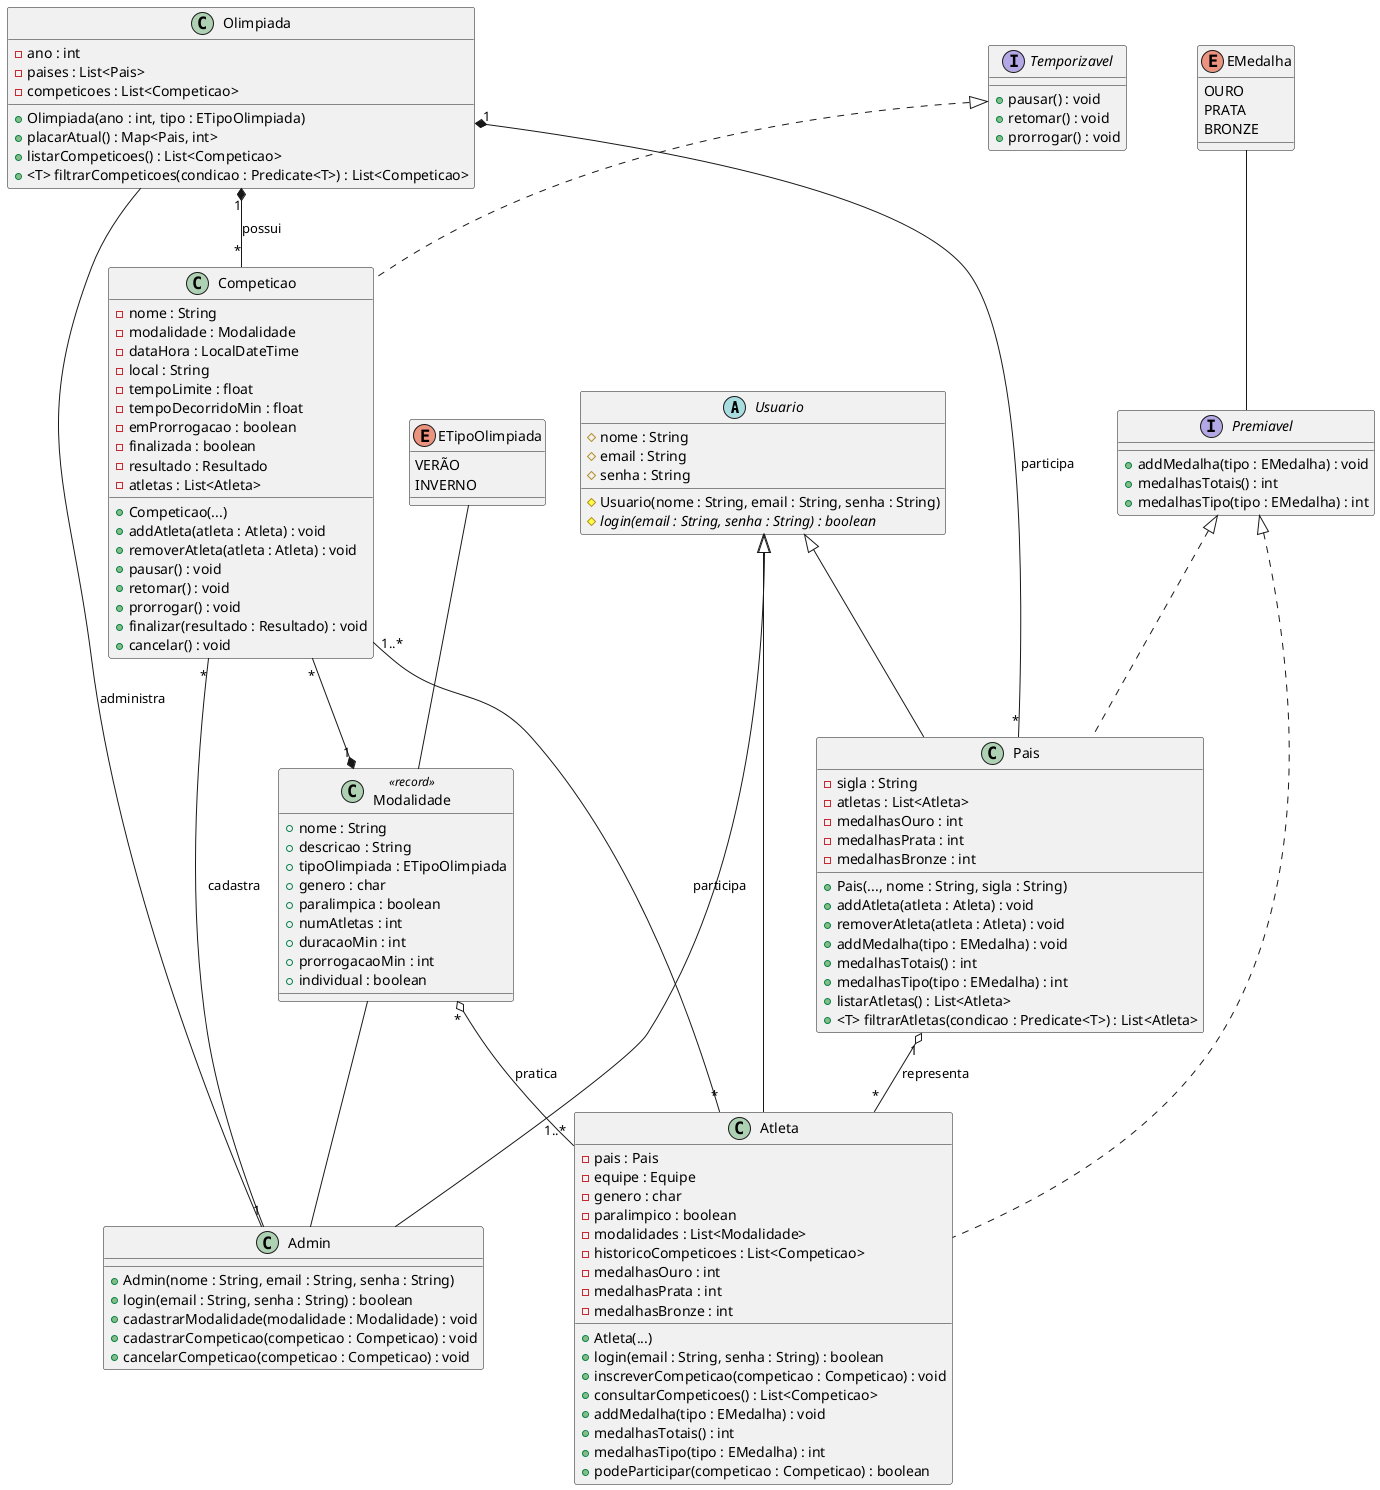
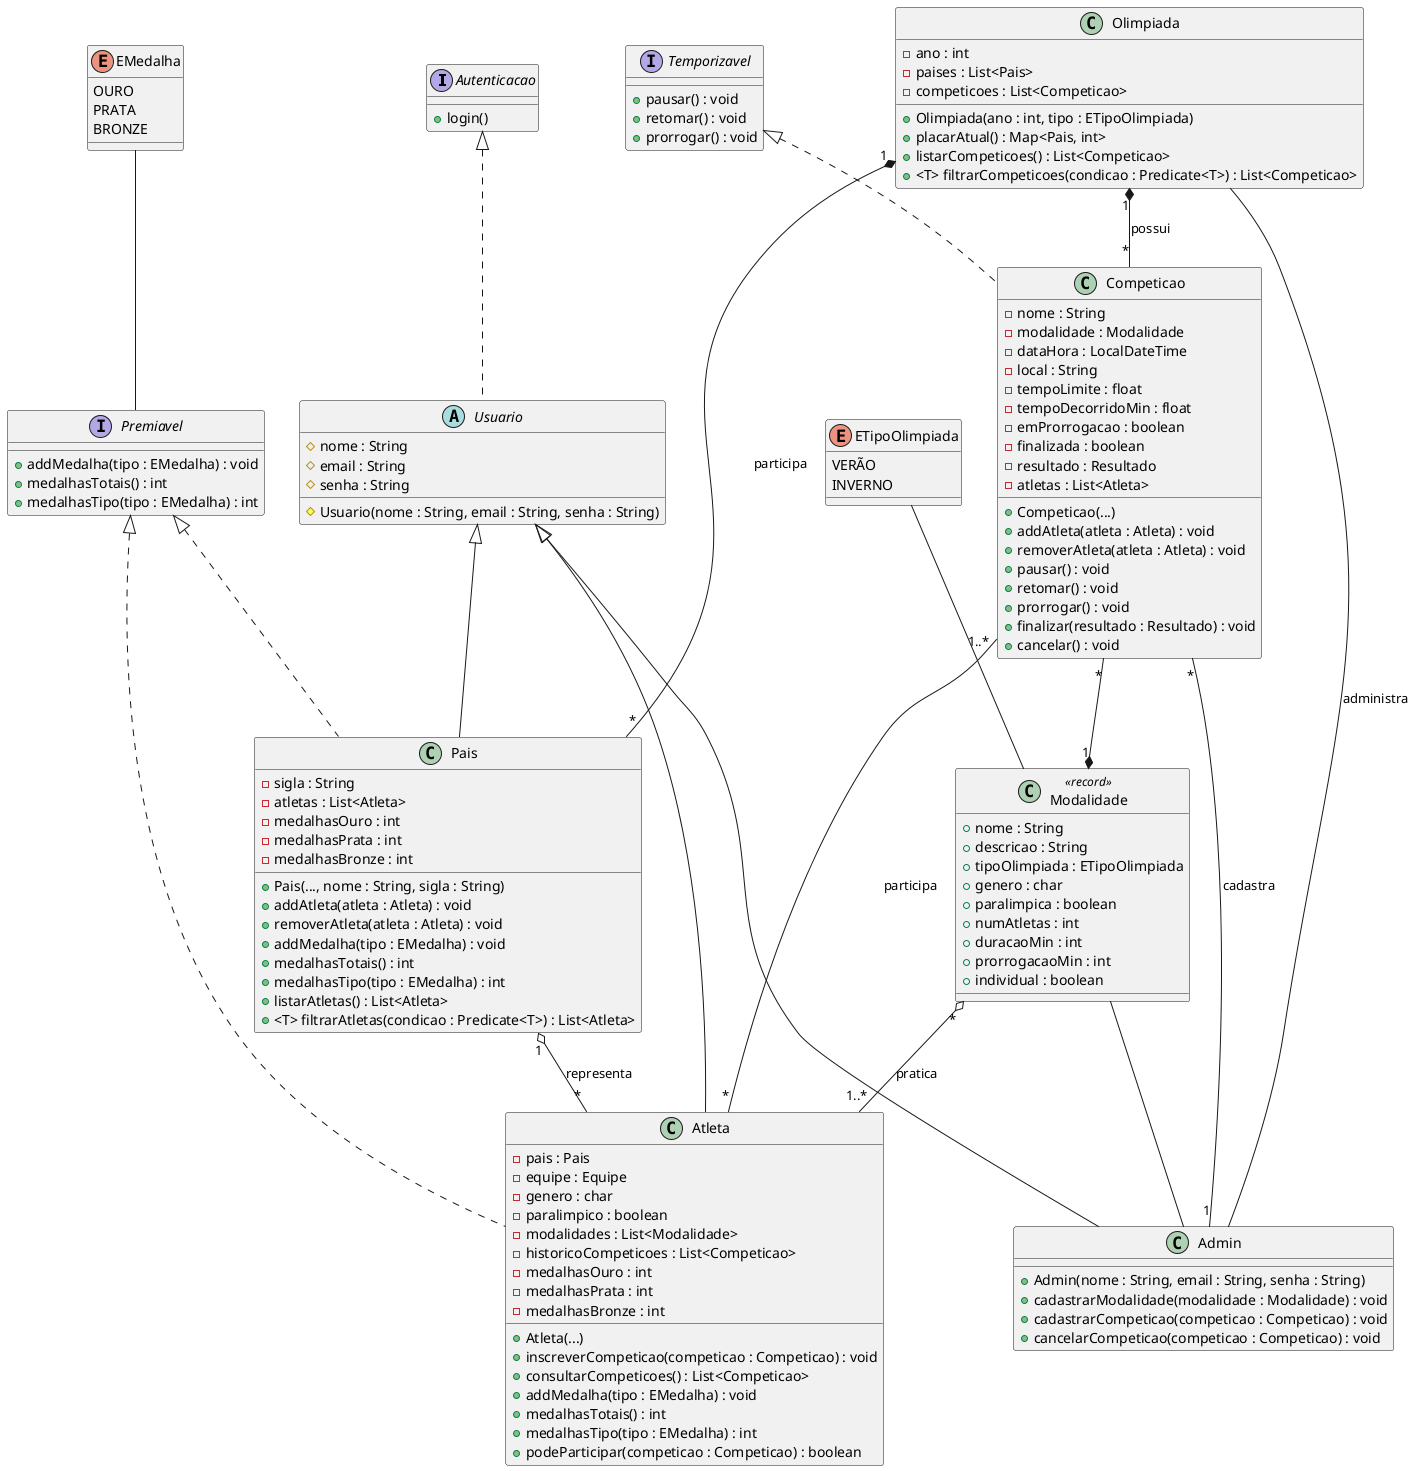
@startuml diagrama-classe
+ interface Autenticacao {
+     + login()
+ }
+ Autenticacao <|.. Usuario
+ 
abstract class Usuario {
    # nome : String
    # email : String
    # senha : String
    # Usuario(nome : String, email : String, senha : String)
-     # {abstract} login(email : String, senha : String) : boolean
}

class Admin {
    + Admin(nome : String, email : String, senha : String)
-     + login(email : String, senha : String) : boolean
    + cadastrarModalidade(modalidade : Modalidade) : void
    + cadastrarCompeticao(competicao : Competicao) : void
    + cancelarCompeticao(competicao : Competicao) : void
}
Usuario <|-- Admin

interface Premiavel {
    + addMedalha(tipo : EMedalha) : void
    + medalhasTotais() : int
    + medalhasTipo(tipo : EMedalha) : int
}
Premiavel <|.. Pais
Premiavel <|.. Atleta

class Pais {
    - sigla : String
    - atletas : List<Atleta>
    - medalhasOuro : int
    - medalhasPrata : int
    - medalhasBronze : int
    + Pais(..., nome : String, sigla : String)
    + addAtleta(atleta : Atleta) : void
    + removerAtleta(atleta : Atleta) : void
    + addMedalha(tipo : EMedalha) : void
    + medalhasTotais() : int
    + medalhasTipo(tipo : EMedalha) : int
    + listarAtletas() : List<Atleta>
    + <T> filtrarAtletas(condicao : Predicate<T>) : List<Atleta>
}
Usuario <|-- Pais

class Atleta {
    - pais : Pais
    - equipe : Equipe
    - genero : char
    - paralimpico : boolean
    - modalidades : List<Modalidade>
    - historicoCompeticoes : List<Competicao>
    - medalhasOuro : int
    - medalhasPrata : int
    - medalhasBronze : int
    + Atleta(...)
-     + login(email : String, senha : String) : boolean
    + inscreverCompeticao(competicao : Competicao) : void
    + consultarCompeticoes() : List<Competicao>
    + addMedalha(tipo : EMedalha) : void
    + medalhasTotais() : int
    + medalhasTipo(tipo : EMedalha) : int
    + podeParticipar(competicao : Competicao) : boolean
}
Usuario <|-- Atleta
Pais "1" o-- "*" Atleta : representa

class Modalidade <<record>>{
    + nome : String
    + descricao : String
    + tipoOlimpiada : ETipoOlimpiada
    + genero : char
    + paralimpica : boolean
    + numAtletas : int
    + duracaoMin : int
    + prorrogacaoMin : int
    + individual : boolean
}
Modalidade -- Admin
Modalidade "*" o-- "1..*" Atleta : pratica

interface Temporizavel {
    + pausar() : void
    + retomar() : void
    + prorrogar() : void
}
Temporizavel <|.. Competicao

class Competicao {
    - nome : String
    - modalidade : Modalidade
    - dataHora : LocalDateTime
    - local : String
    - tempoLimite : float
    - tempoDecorridoMin : float
    - emProrrogacao : boolean
    - finalizada : boolean
    - resultado : Resultado
    - atletas : List<Atleta>
    + Competicao(...)
    + addAtleta(atleta : Atleta) : void
    + removerAtleta(atleta : Atleta) : void
    + pausar() : void
    + retomar() : void
    + prorrogar() : void
    + finalizar(resultado : Resultado) : void
    + cancelar() : void
}
Competicao "*" --* "1" Modalidade
Competicao "*" -- "1" Admin : cadastra
Competicao "1..*" -- "*" Atleta : participa

enum EMedalha {
    OURO
    PRATA
    BRONZE
}
EMedalha -- Premiavel

class Olimpiada {
    - ano : int
    - paises : List<Pais>
    - competicoes : List<Competicao>
    + Olimpiada(ano : int, tipo : ETipoOlimpiada)
    + placarAtual() : Map<Pais, int>
    + listarCompeticoes() : List<Competicao>
    + <T> filtrarCompeticoes(condicao : Predicate<T>) : List<Competicao>
}
Olimpiada "1" *-- "*" Pais : participa
Olimpiada "1" *-- "*" Competicao : possui
Olimpiada -- Admin : administra

enum ETipoOlimpiada {
    VERÃO
    INVERNO
}
ETipoOlimpiada -- Modalidade

@enduml